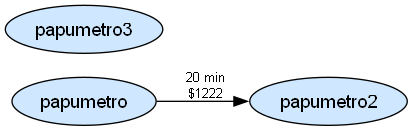
Earlier version of the Graphviz export imagenes/red_metro.png (martindiazm/Proyecto_ChosenMove_MDJG). Its source is kept beside it as imagenes/red_metro.dot.
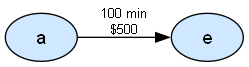
After the change.

Diff of the diagram source:
```diff
@@ -3,9 +3,7 @@
 node [shape=ellipse, style=filled, fillcolor="#cfe8ff", fontname="Helvetica"];
 edge [fontname="Helvetica", fontsize=10];
 
-"papumetro";
-"papumetro2";
-"papumetro3";
+"a";
 
-"papumetro" -> "papumetro2" [label="20 min\n$1222"];
+"a" -> "e" [label="100 min\n$500"];
 }
```
